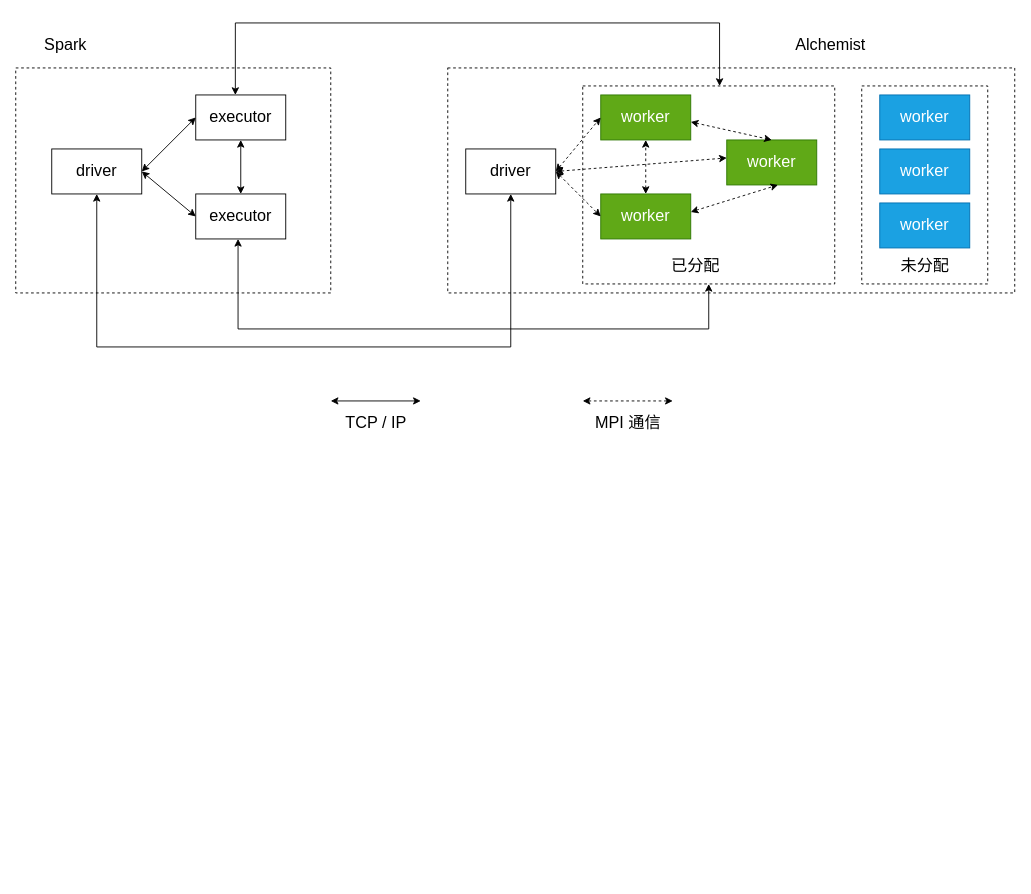
zwxhnu/Hybrid_Computing keeps this draw.io diagram as page "通信模型" (13 of 29) of Untitled Diagram.drawio. Above is the earlier version. Source tidied: cells renumbered, new cells numbered last; positions are measured from the earlier drawing's top-left corner, leaving out a move shared by most shapes. Both pictures are drawn from the tidied source at 90%, with x=0, y=0 at pixel (15, 22).
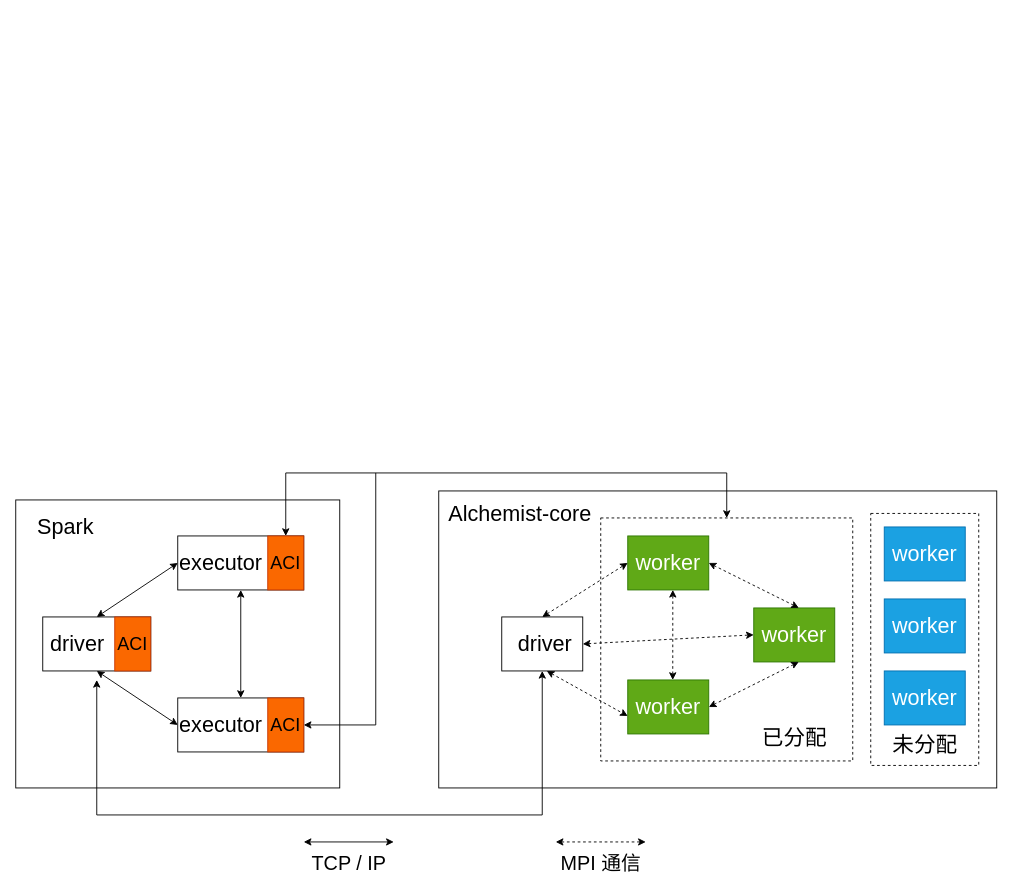
The same page after the edit.

Change to the diagram source:
```diff
@@
-    <mxCell id="2" style="rounded=0;whiteSpace=wrap;html=1;fontSize=18;strokeWidth=1;fillColor=#FFFFFF;gradientColor=#ffffff;dashed=1;" parent="1" vertex="1">
-      <mxGeometry x="480" y="50" width="630" height="250" as="geometry" />
-    </mxCell>
-    <mxCell id="3" style="rounded=0;whiteSpace=wrap;html=1;dashed=1;fontSize=18;strokeWidth=1;fillColor=#FFFFFF;gradientColor=#ffffff;" parent="1" vertex="1">
-      <mxGeometry x="940" y="70" width="140" height="220" as="geometry" />
-    </mxCell>
-    <mxCell id="4" style="rounded=0;whiteSpace=wrap;html=1;dashed=1;fontSize=18;strokeWidth=1;fillColor=#FFFFFF;gradientColor=#ffffff;" parent="1" vertex="1">
-      <mxGeometry x="630" y="70" width="280" height="220" as="geometry" />
-    </mxCell>
-    <mxCell id="5" style="rounded=0;whiteSpace=wrap;html=1;fontSize=18;strokeWidth=1;fillColor=#FFFFFF;gradientColor=#ffffff;dashed=1;" parent="1" vertex="1">
-      <mxGeometry y="50" width="350" height="250" as="geometry" />
-    </mxCell>
-    <mxCell id="6" value="&lt;font style=&quot;font-size: 18px&quot;&gt;driver&lt;/font&gt;" style="rounded=0;whiteSpace=wrap;html=1;fontSize=14;strokeWidth=1;fillColor=#FFFFFF;gradientColor=#ffffff;" parent="1" vertex="1">
-      <mxGeometry x="40" y="140" width="100" height="50" as="geometry" />
-    </mxCell>
-    <mxCell id="7" value="executor" style="rounded=0;whiteSpace=wrap;html=1;fontSize=18;strokeWidth=1;fillColor=#FFFFFF;gradientColor=#ffffff;" parent="1" vertex="1">
-      <mxGeometry x="200" y="80" width="100" height="50" as="geometry" />
-    </mxCell>
-    <mxCell id="8" value="executor" style="rounded=0;whiteSpace=wrap;html=1;fontSize=18;strokeWidth=1;fillColor=#FFFFFF;gradientColor=#ffffff;" parent="1" vertex="1">
-      <mxGeometry x="200" y="190" width="100" height="50" as="geometry" />
-    </mxCell>
-    <mxCell id="9" style="endArrow=classic;startArrow=classic;html=1;rounded=0;fontSize=18;strokeColor=#000000;entryX=0;entryY=0.5;entryDx=0;entryDy=0;" parent="1" edge="1" target="7">
-      <mxGeometry relative="1" as="geometry">
-        <mxPoint x="140" y="165" as="sourcePoint" />
-      </mxGeometry>
-    </mxCell>
-    <mxCell id="10" style="endArrow=classic;startArrow=classic;html=1;rounded=0;fontSize=18;strokeColor=#000000;exitX=1;exitY=0.5;exitDx=0;exitDy=0;entryX=0;entryY=0.5;entryDx=0;entryDy=0;" parent="1" edge="1" source="6" target="8">
-      <mxGeometry relative="1" as="geometry" />
-    </mxCell>
-    <mxCell id="11" style="endArrow=classic;startArrow=classic;html=1;rounded=0;fontSize=18;strokeColor=#000000;exitX=0.5;exitY=0;exitDx=0;exitDy=0;entryX=0.5;entryY=1;entryDx=0;entryDy=0;" parent="1" edge="1" source="8" target="7">
-      <mxGeometry relative="1" as="geometry" />
-    </mxCell>
-    <mxCell id="12" value="&lt;font style=&quot;font-size: 18px&quot;&gt;driver&lt;/font&gt;" style="rounded=0;whiteSpace=wrap;html=1;fontSize=14;strokeWidth=1;fillColor=#FFFFFF;gradientColor=#ffffff;" parent="1" vertex="1">
-      <mxGeometry x="500" y="140" width="100" height="50" as="geometry" />
-    </mxCell>
-    <mxCell id="13" value="worker" style="rounded=0;whiteSpace=wrap;html=1;fontSize=18;strokeWidth=1;fillColor=#60a917;fontColor=#ffffff;strokeColor=#2D7600;" parent="1" vertex="1">
-      <mxGeometry x="650" y="80" width="100" height="50" as="geometry" />
-    </mxCell>
-    <mxCell id="14" value="worker" style="rounded=0;whiteSpace=wrap;html=1;fontSize=18;strokeWidth=1;fillColor=#60a917;fontColor=#ffffff;strokeColor=#2D7600;" parent="1" vertex="1">
-      <mxGeometry x="650" y="190" width="100" height="50" as="geometry" />
-    </mxCell>
-    <mxCell id="15" value="worker" style="rounded=0;whiteSpace=wrap;html=1;fontSize=18;strokeWidth=1;fillColor=#60a917;fontColor=#ffffff;strokeColor=#2D7600;" parent="1" vertex="1">
-      <mxGeometry x="790" y="130" width="100" height="50" as="geometry" />
-    </mxCell>
-    <mxCell id="16" style="endArrow=classic;startArrow=classic;html=1;rounded=0;fontSize=18;strokeColor=#000000;exitX=1;exitY=0.5;exitDx=0;exitDy=0;entryX=0;entryY=0.5;entryDx=0;entryDy=0;dashed=1;" parent="1" edge="1" source="12" target="13">
-      <mxGeometry relative="1" as="geometry" />
-    </mxCell>
-    <mxCell id="17" style="endArrow=classic;startArrow=classic;html=1;rounded=0;fontSize=18;strokeColor=#000000;exitX=1;exitY=0.5;exitDx=0;exitDy=0;entryX=0;entryY=0.5;entryDx=0;entryDy=0;dashed=1;" parent="1" edge="1" source="12" target="14">
-      <mxGeometry relative="1" as="geometry" />
-    </mxCell>
-    <mxCell id="18" style="endArrow=classic;startArrow=classic;html=1;rounded=0;fontSize=18;strokeColor=#000000;exitX=1;exitY=0.5;exitDx=0;exitDy=0;entryX=0.5;entryY=0;entryDx=0;entryDy=0;dashed=1;" parent="1" edge="1" target="15">
-      <mxGeometry relative="1" as="geometry">
-        <mxPoint x="750" y="110" as="sourcePoint" />
-      </mxGeometry>
-    </mxCell>
-    <mxCell id="19" style="endArrow=classic;startArrow=classic;html=1;rounded=0;fontSize=18;strokeColor=#000000;exitX=1;exitY=0.5;exitDx=0;exitDy=0;entryX=0.57;entryY=1;entryDx=0;entryDy=0;entryPerimeter=0;dashed=1;" parent="1" edge="1" target="15">
-      <mxGeometry relative="1" as="geometry">
-        <mxPoint x="750" y="210" as="sourcePoint" />
-      </mxGeometry>
-    </mxCell>
-    <mxCell id="20" style="endArrow=classic;startArrow=classic;html=1;rounded=0;fontSize=18;strokeColor=#000000;entryX=0;entryY=0.5;entryDx=0;entryDy=0;dashed=1;" parent="1" edge="1">
-      <mxGeometry relative="1" as="geometry">
-        <mxPoint x="600" y="165" as="sourcePoint" />
-        <mxPoint x="790" y="150" as="targetPoint" />
-      </mxGeometry>
-    </mxCell>
-    <mxCell id="21" style="endArrow=classic;startArrow=classic;html=1;rounded=0;fontSize=18;strokeColor=#000000;exitX=0.5;exitY=0;exitDx=0;exitDy=0;entryX=0.5;entryY=1;entryDx=0;entryDy=0;dashed=1;" parent="1" edge="1" source="14" target="13">
-      <mxGeometry relative="1" as="geometry" />
-    </mxCell>
-    <mxCell id="22" value="worker" style="rounded=0;whiteSpace=wrap;html=1;fontSize=18;strokeWidth=1;fillColor=#1ba1e2;fontColor=#ffffff;strokeColor=#006EAF;" parent="1" vertex="1">
-      <mxGeometry x="960" y="140" width="100" height="50" as="geometry" />
-    </mxCell>
-    <mxCell id="23" value="worker" style="rounded=0;whiteSpace=wrap;html=1;fontSize=18;strokeWidth=1;fillColor=#1ba1e2;fontColor=#ffffff;strokeColor=#006EAF;" parent="1" vertex="1">
-      <mxGeometry x="960" y="80" width="100" height="50" as="geometry" />
-    </mxCell>
-    <mxCell id="24" value="worker" style="rounded=0;whiteSpace=wrap;html=1;fontSize=18;strokeWidth=1;fillColor=#1ba1e2;fontColor=#ffffff;strokeColor=#006EAF;" parent="1" vertex="1">
-      <mxGeometry x="960" y="200" width="100" height="50" as="geometry" />
-    </mxCell>
-    <mxCell id="25" value="已分配" style="text;html=1;align=center;verticalAlign=middle;strokeColor=none;fillColor=none;fontSize=18;" parent="1" vertex="1">
-      <mxGeometry x="720" y="255" width="70" height="30" as="geometry" />
-    </mxCell>
-    <mxCell id="26" value="未分配" style="text;html=1;align=center;verticalAlign=middle;strokeColor=none;fillColor=none;fontSize=18;" parent="1" vertex="1">
-      <mxGeometry x="975" y="255" width="70" height="30" as="geometry" />
-    </mxCell>
-    <mxCell id="27" style="endArrow=classic;startArrow=classic;html=1;rounded=0;fontSize=18;strokeColor=#000000;exitX=0.5;exitY=1;exitDx=0;exitDy=0;" parent="1" edge="1" source="12">
-      <mxGeometry relative="1" as="geometry">
-        <mxPoint x="90" y="190" as="targetPoint" />
-        <Array as="points">
-          <mxPoint x="550" y="360" />
-          <mxPoint x="90" y="360" />
-        </Array>
-      </mxGeometry>
-    </mxCell>
-    <mxCell id="28" style="endArrow=classic;startArrow=classic;html=1;rounded=0;fontSize=18;strokeColor=#000000;exitX=0.5;exitY=1;exitDx=0;exitDy=0;" parent="1" edge="1" source="4">
-      <mxGeometry relative="1" as="geometry">
-        <mxPoint x="247" y="240" as="targetPoint" />
-        <Array as="points">
-          <mxPoint x="770" y="340" />
-          <mxPoint x="247" y="340" />
-        </Array>
-      </mxGeometry>
-    </mxCell>
-    <mxCell id="29" style="endArrow=classic;startArrow=classic;html=1;rounded=0;fontSize=18;strokeColor=#000000;entryX=0.543;entryY=0;entryDx=0;entryDy=0;entryPerimeter=0;" parent="1" edge="1" target="4">
-      <mxGeometry relative="1" as="geometry">
-        <mxPoint x="244" y="80" as="sourcePoint" />
-        <Array as="points">
-          <mxPoint x="244" />
-          <mxPoint x="782" />
-        </Array>
-      </mxGeometry>
-    </mxCell>
     <mxCell id="30" style="endArrow=classic;startArrow=classic;html=1;rounded=0;fontSize=18;strokeColor=#000000;" parent="1" edge="1">
       <mxGeometry relative="1" as="geometry">
-        <mxPoint x="350" y="420" as="sourcePoint" />
-        <mxPoint x="450" y="420" as="targetPoint" />
+        <mxPoint x="320" y="910" as="sourcePoint" />
+        <mxPoint x="420" y="910" as="targetPoint" />
       </mxGeometry>
     </mxCell>
     <mxCell id="31" style="endArrow=classic;startArrow=classic;html=1;rounded=0;fontSize=18;strokeColor=#000000;dashed=1;" parent="1" edge="1">
       <mxGeometry relative="1" as="geometry">
-        <mxPoint x="630" y="420" as="sourcePoint" />
-        <mxPoint x="730" y="420" as="targetPoint" />
+        <mxPoint x="600" y="910" as="sourcePoint" />
+        <mxPoint x="700" y="910" as="targetPoint" />
       </mxGeometry>
     </mxCell>
-    <mxCell id="32" value="TCP / IP" style="text;html=1;align=center;verticalAlign=middle;strokeColor=none;fillColor=none;fontSize=18;" parent="1" vertex="1">
-      <mxGeometry x="360" y="430" width="80" height="30" as="geometry" />
+    <mxCell id="32" value="&lt;font style=&quot;font-size: 22px&quot;&gt;TCP / IP&lt;/font&gt;" style="text;html=1;align=center;verticalAlign=middle;strokeColor=none;fillColor=none;fontSize=18;" parent="1" vertex="1">
+      <mxGeometry x="320" y="920" width="100" height="30" as="geometry" />
     </mxCell>
-    <mxCell id="33" value="MPI 通信" style="text;html=1;align=center;verticalAlign=middle;strokeColor=none;fillColor=none;fontSize=18;" parent="1" vertex="1">
-      <mxGeometry x="635" y="430" width="90" height="30" as="geometry" />
+    <mxCell id="33" value="&lt;font style=&quot;font-size: 22px&quot;&gt;MPI 通信&lt;/font&gt;" style="text;html=1;align=center;verticalAlign=middle;strokeColor=none;fillColor=none;fontSize=18;" parent="1" vertex="1">
+      <mxGeometry x="600" y="920" width="100" height="30" as="geometry" />
     </mxCell>
+    <mxCell id="36" style="rounded=0;whiteSpace=wrap;html=1;fontSize=18;" parent="1" vertex="1">
+      <mxGeometry y="530" width="360" height="320" as="geometry" />
+    </mxCell>
+    <mxCell id="37" value="&lt;font style=&quot;font-size: 24px&quot;&gt;&amp;nbsp;driver&lt;/font&gt;" style="rounded=0;whiteSpace=wrap;html=1;fontSize=18;align=left;" parent="1" vertex="1">
+      <mxGeometry x="30" y="660" width="120" height="60" as="geometry" />
+    </mxCell>
+    <mxCell id="38" value="&lt;font style=&quot;font-size: 20px&quot;&gt;ACI&lt;/font&gt;" style="rounded=0;whiteSpace=wrap;html=1;fontSize=18;fillColor=#fa6800;fontColor=#000000;strokeColor=#C73500;" parent="1" vertex="1">
+      <mxGeometry x="110" y="660" width="40" height="60" as="geometry" />
+    </mxCell>
+    <mxCell id="39" value="&lt;font style=&quot;font-size: 24px&quot;&gt;executor&lt;/font&gt;" style="rounded=0;whiteSpace=wrap;html=1;fontSize=18;align=left;" parent="1" vertex="1">
+      <mxGeometry x="180" y="750" width="140" height="60" as="geometry" />
+    </mxCell>
+    <mxCell id="40" value="&lt;font style=&quot;font-size: 20px&quot;&gt;ACI&lt;/font&gt;" style="rounded=0;whiteSpace=wrap;html=1;fontSize=18;fillColor=#fa6800;fontColor=#000000;strokeColor=#C73500;" parent="1" vertex="1">
+      <mxGeometry x="280" y="750" width="40" height="60" as="geometry" />
+    </mxCell>
+    <mxCell id="41" value="&lt;font style=&quot;font-size: 24px&quot;&gt;executor&lt;/font&gt;" style="rounded=0;whiteSpace=wrap;html=1;fontSize=18;align=left;" parent="1" vertex="1">
+      <mxGeometry x="180" y="570" width="140" height="60" as="geometry" />
+    </mxCell>
+    <mxCell id="42" value="&lt;font style=&quot;font-size: 20px&quot;&gt;ACI&lt;/font&gt;" style="rounded=0;whiteSpace=wrap;html=1;fontSize=18;fillColor=#fa6800;fontColor=#000000;strokeColor=#C73500;" parent="1" vertex="1">
+      <mxGeometry x="280" y="570" width="40" height="60" as="geometry" />
+    </mxCell>
+    <mxCell id="43" style="endArrow=classic;startArrow=classic;html=1;rounded=0;fontSize=20;exitX=0.5;exitY=0;exitDx=0;exitDy=0;entryX=0;entryY=0.5;entryDx=0;entryDy=0;" parent="1" edge="1" source="37" target="41">
+      <mxGeometry relative="1" as="geometry" />
+    </mxCell>
+    <mxCell id="44" style="endArrow=classic;startArrow=classic;html=1;rounded=0;fontSize=20;exitX=0.5;exitY=1;exitDx=0;exitDy=0;entryX=0;entryY=0.5;entryDx=0;entryDy=0;" parent="1" edge="1" source="37" target="39">
+      <mxGeometry relative="1" as="geometry" />
+    </mxCell>
+    <mxCell id="45" style="endArrow=classic;startArrow=classic;html=1;rounded=0;fontSize=20;exitX=0.5;exitY=1;exitDx=0;exitDy=0;entryX=0.5;entryY=0;entryDx=0;entryDy=0;" parent="1" edge="1" source="41" target="39">
+      <mxGeometry relative="1" as="geometry" />
+    </mxCell>
+    <mxCell id="46" style="rounded=0;whiteSpace=wrap;html=1;fontSize=20;" parent="1" vertex="1">
+      <mxGeometry x="470" y="520" width="620" height="330" as="geometry" />
+    </mxCell>
+    <mxCell id="47" value="&lt;font style=&quot;font-size: 24px&quot;&gt;&amp;nbsp;driver&lt;/font&gt;" style="rounded=0;whiteSpace=wrap;html=1;fontSize=18;align=center;" parent="1" vertex="1">
+      <mxGeometry x="540" y="660" width="90" height="60" as="geometry" />
+    </mxCell>
+    <mxCell id="48" value="&lt;font style=&quot;font-size: 24px&quot;&gt;worker&lt;/font&gt;" style="rounded=0;whiteSpace=wrap;html=1;fontSize=18;align=center;fillColor=#60a917;fontColor=#ffffff;strokeColor=#2D7600;" parent="1" vertex="1">
+      <mxGeometry x="680" y="570" width="90" height="60" as="geometry" />
+    </mxCell>
+    <mxCell id="49" value="&lt;font style=&quot;font-size: 24px&quot;&gt;worker&lt;/font&gt;" style="rounded=0;whiteSpace=wrap;html=1;fontSize=18;align=center;fillColor=#60a917;fontColor=#ffffff;strokeColor=#2D7600;" parent="1" vertex="1">
+      <mxGeometry x="680" y="730" width="90" height="60" as="geometry" />
+    </mxCell>
+    <mxCell id="50" value="&lt;font style=&quot;font-size: 24px&quot;&gt;worker&lt;/font&gt;" style="rounded=0;whiteSpace=wrap;html=1;fontSize=18;align=center;fillColor=#60a917;fontColor=#ffffff;strokeColor=#2D7600;" parent="1" vertex="1">
+      <mxGeometry x="820" y="650" width="90" height="60" as="geometry" />
+    </mxCell>
+    <mxCell id="51" value="&lt;font style=&quot;font-size: 24px&quot;&gt;worker&lt;/font&gt;" style="rounded=0;whiteSpace=wrap;html=1;fontSize=18;align=center;fillColor=#1ba1e2;fontColor=#ffffff;strokeColor=#006EAF;" parent="1" vertex="1">
+      <mxGeometry x="965" y="560" width="90" height="60" as="geometry" />
+    </mxCell>
+    <mxCell id="52" value="&lt;font style=&quot;font-size: 24px&quot;&gt;worker&lt;/font&gt;" style="rounded=0;whiteSpace=wrap;html=1;fontSize=18;align=center;fillColor=#1ba1e2;fontColor=#ffffff;strokeColor=#006EAF;" parent="1" vertex="1">
+      <mxGeometry x="965" y="640" width="90" height="60" as="geometry" />
+    </mxCell>
+    <mxCell id="53" value="&lt;font style=&quot;font-size: 24px&quot;&gt;worker&lt;/font&gt;" style="rounded=0;whiteSpace=wrap;html=1;fontSize=18;align=center;fillColor=#1ba1e2;fontColor=#ffffff;strokeColor=#006EAF;" parent="1" vertex="1">
+      <mxGeometry x="965" y="720" width="90" height="60" as="geometry" />
+    </mxCell>
+    <mxCell id="54" style="endArrow=classic;startArrow=classic;html=1;rounded=0;fontSize=20;entryX=0.5;entryY=1;entryDx=0;entryDy=0;" parent="1" edge="1" target="47">
+      <mxGeometry relative="1" as="geometry">
+        <mxPoint x="90" y="730" as="sourcePoint" />
+        <Array as="points">
+          <mxPoint x="90" y="880" />
+          <mxPoint x="585" y="880" />
+        </Array>
+      </mxGeometry>
+    </mxCell>
+    <mxCell id="55" style="rounded=0;whiteSpace=wrap;html=1;fontSize=20;dashed=1;fillColor=none;" parent="1" vertex="1">
+      <mxGeometry x="650" y="550" width="280" height="270" as="geometry" />
+    </mxCell>
+    <mxCell id="56" style="endArrow=classic;startArrow=classic;html=1;rounded=0;fontSize=20;entryX=0.786;entryY=0.37;entryDx=0;entryDy=0;entryPerimeter=0;dashed=1;" parent="1" edge="1" target="55">
+      <mxGeometry relative="1" as="geometry">
+        <mxPoint x="770" y="600" as="sourcePoint" />
+      </mxGeometry>
+    </mxCell>
+    <mxCell id="57" style="endArrow=classic;startArrow=classic;html=1;rounded=0;fontSize=20;exitX=0.429;exitY=0.778;exitDx=0;exitDy=0;exitPerimeter=0;dashed=1;" parent="1" edge="1" source="55">
+      <mxGeometry relative="1" as="geometry">
+        <mxPoint x="870" y="710" as="targetPoint" />
+      </mxGeometry>
+    </mxCell>
+    <mxCell id="58" style="endArrow=classic;startArrow=classic;html=1;rounded=0;fontSize=20;entryX=0.286;entryY=0.296;entryDx=0;entryDy=0;entryPerimeter=0;dashed=1;" parent="1" edge="1" target="55">
+      <mxGeometry relative="1" as="geometry">
+        <mxPoint x="730" y="730" as="sourcePoint" />
+      </mxGeometry>
+    </mxCell>
+    <mxCell id="59" style="endArrow=classic;startArrow=classic;html=1;rounded=0;fontSize=20;entryX=0.607;entryY=0.481;entryDx=0;entryDy=0;entryPerimeter=0;dashed=1;exitX=1;exitY=0.5;exitDx=0;exitDy=0;" parent="1" edge="1" source="47" target="55">
+      <mxGeometry relative="1" as="geometry" />
+    </mxCell>
+    <mxCell id="60" style="endArrow=classic;startArrow=classic;html=1;rounded=0;dashed=1;fontSize=20;entryX=0.107;entryY=0.185;entryDx=0;entryDy=0;entryPerimeter=0;exitX=0.5;exitY=0;exitDx=0;exitDy=0;" parent="1" edge="1" source="47" target="55">
+      <mxGeometry relative="1" as="geometry" />
+    </mxCell>
+    <mxCell id="61" style="endArrow=classic;startArrow=classic;html=1;rounded=0;dashed=1;fontSize=20;entryX=0.107;entryY=0.815;entryDx=0;entryDy=0;entryPerimeter=0;" parent="1" edge="1" target="55">
+      <mxGeometry relative="1" as="geometry">
+        <mxPoint x="590" y="720" as="sourcePoint" />
+      </mxGeometry>
+    </mxCell>
+    <mxCell id="62" style="endArrow=classic;startArrow=classic;html=1;rounded=0;fontSize=20;entryX=0.5;entryY=0;entryDx=0;entryDy=0;exitX=0.5;exitY=0;exitDx=0;exitDy=0;" parent="1" edge="1" source="42" target="55">
+      <mxGeometry relative="1" as="geometry">
+        <Array as="points">
+          <mxPoint x="300" y="500" />
+          <mxPoint x="790" y="500" />
+        </Array>
+      </mxGeometry>
+    </mxCell>
+    <mxCell id="63" style="endArrow=classic;html=1;rounded=0;fontSize=20;entryX=1;entryY=0.5;entryDx=0;entryDy=0;" parent="1" edge="1" target="40">
+      <mxGeometry relative="1" as="geometry">
+        <mxPoint x="400" y="500" as="sourcePoint" />
+        <Array as="points">
+          <mxPoint x="400" y="780" />
+        </Array>
+      </mxGeometry>
+    </mxCell>
+    <mxCell id="25" value="&lt;font style=&quot;font-size: 24px&quot;&gt;已分配&lt;/font&gt;" style="text;html=1;align=center;verticalAlign=middle;strokeColor=none;fillColor=none;fontSize=20;" parent="1" vertex="1">
+      <mxGeometry x="820" y="780" width="90" height="30" as="geometry" />
+    </mxCell>
+    <mxCell id="64" style="rounded=0;whiteSpace=wrap;html=1;dashed=1;fontSize=24;fillColor=none;" parent="1" vertex="1">
+      <mxGeometry x="950" y="545" width="120" height="280" as="geometry" />
+    </mxCell>
+    <mxCell id="26" value="&lt;font style=&quot;font-size: 24px&quot;&gt;未分配&lt;/font&gt;" style="text;html=1;align=center;verticalAlign=middle;strokeColor=none;fillColor=none;fontSize=20;" parent="1" vertex="1">
+      <mxGeometry x="965" y="787" width="90" height="30" as="geometry" />
+    </mxCell>
-    <mxCell id="34" value="Spark" style="text;html=1;align=center;verticalAlign=middle;strokeColor=none;fillColor=none;fontSize=18;" parent="1" vertex="1">
-      <mxGeometry x="25" y="10" width="60" height="30" as="geometry" />
+    <mxCell id="34" value="&lt;font style=&quot;font-size: 24px&quot;&gt;Spark&lt;/font&gt;" style="text;html=1;align=center;verticalAlign=middle;strokeColor=none;fillColor=none;fontSize=20;" parent="1" vertex="1">
+      <mxGeometry x="15" y="545" width="80" height="30" as="geometry" />
     </mxCell>
-    <mxCell id="35" value="Alchemist" style="text;html=1;align=center;verticalAlign=middle;strokeColor=none;fillColor=none;fontSize=18;" parent="1" vertex="1">
-      <mxGeometry x="860" y="10" width="90" height="30" as="geometry" />
-    </mxCell>
+    <mxCell id="65" value="&lt;font style=&quot;font-size: 24px&quot;&gt;Alchemist-core&lt;/font&gt;" style="text;html=1;align=center;verticalAlign=middle;strokeColor=none;fillColor=none;fontSize=20;" parent="1" vertex="1">
+      <mxGeometry x="475" y="531" width="170" height="30" as="geometry" />
+    </mxCell>
```
